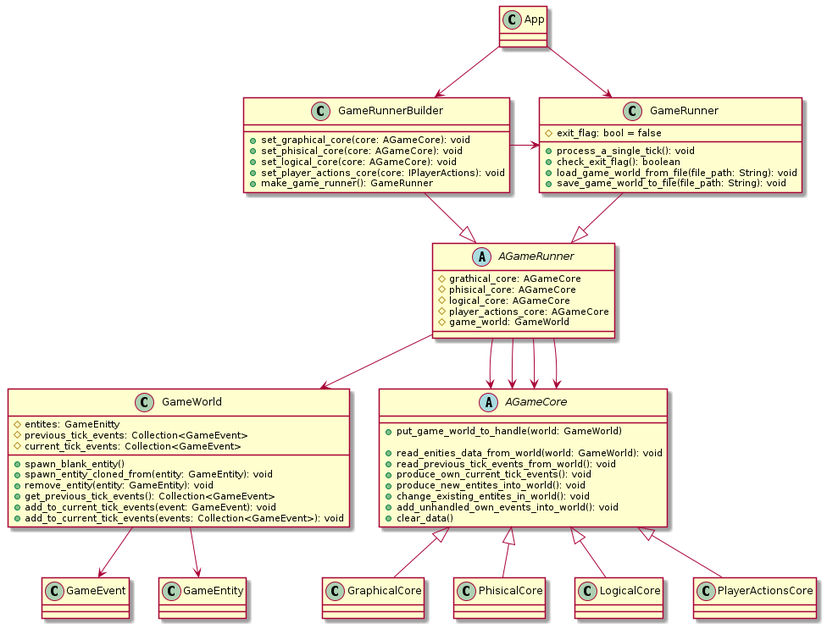
Above: documentation/uml_class_diagram.png in graphorismo/frosemfin-game-engine (PlantUML), before the change.
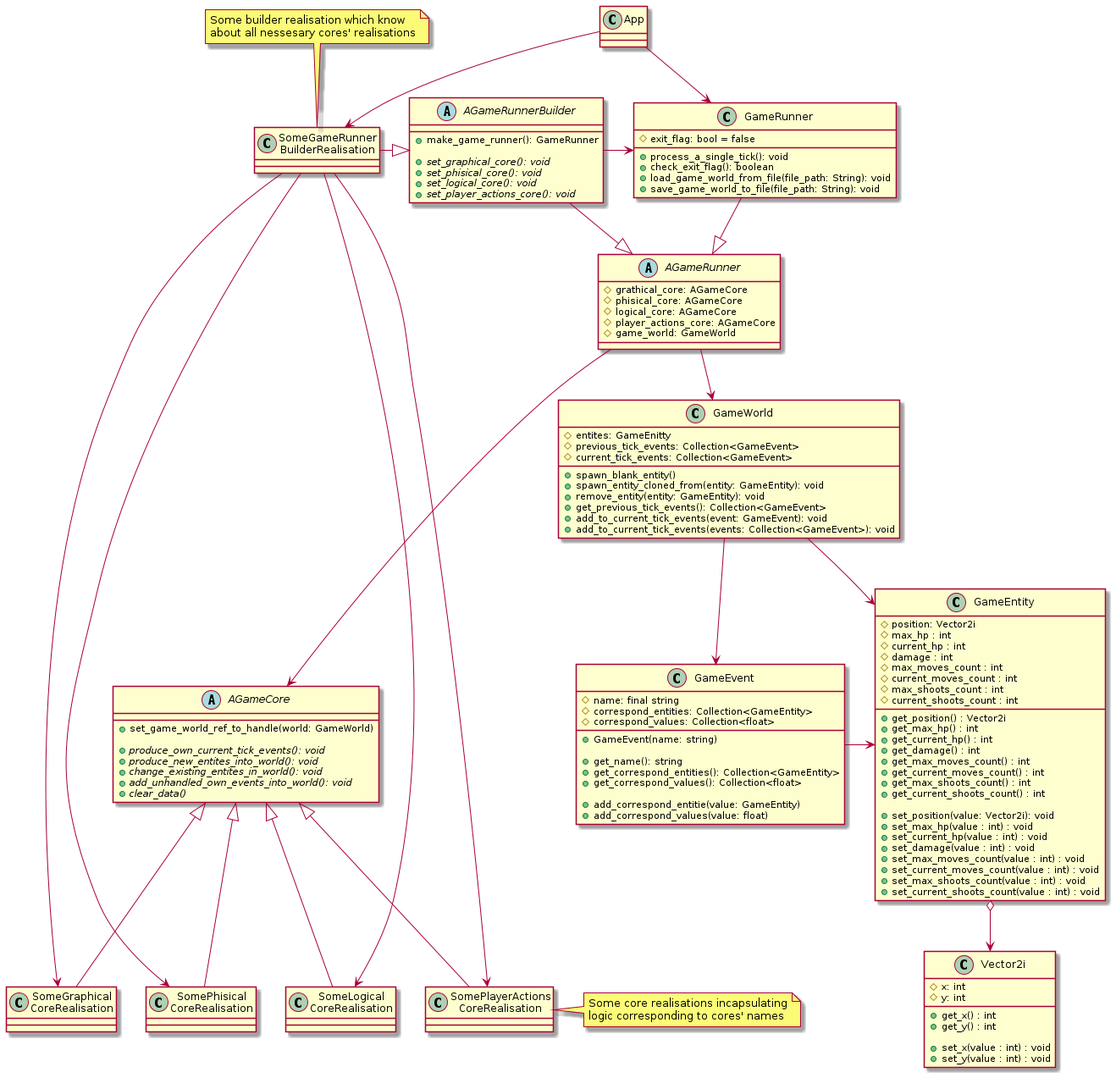
Above is the later version.

Commit message:
Architecture rework done.   1. I finished the planuml script for generating URL diagrams   2. Generated new diagram   3. Delete old diagram

Change to the diagram source:
```diff
@@ -4,7 +4,7 @@
 {
 
 }
-App --> GameRunnerBuilder
+App --> SomeGameRunner\nBuilderRealisation
 App --> GameRunner
 
 
@@ -18,20 +18,27 @@
 }
 AGameRunner --> GameWorld
 AGameRunner --> AGameCore
-AGameRunner --> AGameCore
-AGameRunner --> AGameCore
-AGameRunner --> AGameCore
 
-class GameRunnerBuilder
+
+abstract class AGameRunnerBuilder
 {
-  + set_graphical_core(core: AGameCore): void
-  + set_phisical_core(core: AGameCore): void
-  + set_logical_core(core: AGameCore): void
-  + set_player_actions_core(core: IPlayerActions): void
   + make_game_runner(): GameRunner
+
+  + {abstract} set_graphical_core(): void
+  + {abstract} set_phisical_core(): void
+  + {abstract} set_logical_core(): void
+  + {abstract} set_player_actions_core(): void
 }
-GameRunnerBuilder -> GameRunner
-GameRunnerBuilder --|> AGameRunner
+AGameRunnerBuilder -> GameRunner
+AGameRunnerBuilder --|> AGameRunner
+
+
+class SomeGameRunner\nBuilderRealisation
+SomeGameRunner\nBuilderRealisation -|> AGameRunnerBuilder
+SomeGameRunner\nBuilderRealisation -----> SomeGraphical\nCoreRealisation
+SomeGameRunner\nBuilderRealisation -----> SomePhisical\nCoreRealisation
+SomeGameRunner\nBuilderRealisation -----> SomeLogical\nCoreRealisation
+SomeGameRunner\nBuilderRealisation -----> SomePlayerActions\nCoreRealisation
 
 
 class GameRunner
@@ -64,20 +71,105 @@
 
 abstract class AGameCore
 {
-  + put_game_world_to_handle(world: GameWorld)
+  + set_game_world_ref_to_handle(world: GameWorld)
 
-  + read_enities_data_from_world(world: GameWorld): void
-  + read_previous_tick_events_from_world(): void
-  + produce_own_current_tick_events(): void
-  + produce_new_entites_into_world(): void
-  + change_existing_entites_in_world(): void
-  + add_unhandled_own_events_into_world(): void
-  + clear_data()
+  + {abstract} produce_own_current_tick_events(): void
+  + {abstract} produce_new_entites_into_world(): void
+  + {abstract} change_existing_entites_in_world(): void
+  + {abstract} add_unhandled_own_events_into_world(): void
+  + {abstract} clear_data()
 }
-AGameCore <|-- GraphicalCore
-AGameCore <|-- PhisicalCore
-AGameCore <|-- LogicalCore
-AGameCore <|-- PlayerActionsCore
+AGameCore <|-- SomeGraphical\nCoreRealisation
+AGameCore <|-- SomePhisical\nCoreRealisation
+AGameCore <|-- SomeLogical\nCoreRealisation
+AGameCore <|-- SomePlayerActions\nCoreRealisation
+
+
+class GameEvent
+{
+  # name: final string
+  # correspond_entities: Collection<GameEntity>
+  # correspond_values: Collection<float>
+
+  + GameEvent(name: string)
+
+  + get_name(): string
+  + get_correspond_entities(): Collection<GameEntity>
+  + get_correspond_values(): Collection<float>
+
+  + add_correspond_entitie(value: GameEntity)
+  + add_correspond_values(value: float)
+}
+GameEvent -> GameEntity
+
+
+class GameEntity
+{
+  # position: Vector2i
+  # max_hp : int
+  # current_hp : int
+  # damage : int
+  # max_moves_count : int
+  # current_moves_count : int
+  # max_shoots_count : int
+  # current_shoots_count : int
+
+  + get_position() : Vector2i
+  + get_max_hp() : int
+  + get_current_hp() : int
+  + get_damage() : int
+  + get_max_moves_count() : int
+  + get_current_moves_count() : int
+  + get_max_shoots_count() : int
+  + get_current_shoots_count() : int
+
+  + set_position(value: Vector2i): void
+  + set_max_hp(value : int) : void
+  + set_current_hp(value : int) : void
+  + set_damage(value : int) : void
+  + set_max_moves_count(value : int) : void
+  + set_current_moves_count(value : int) : void
+  + set_max_shoots_count(value : int) : void
+  + set_current_shoots_count(value : int) : void
+}
+GameEntity o--> Vector2i
+
+
+class SomeGraphical\nCoreRealisation
+SomeGraphical\nCoreRealisation -[hidden] SomePhisical\nCoreRealisation
+
+class SomePhisical\nCoreRealisation
+SomePhisical\nCoreRealisation -[hidden] SomeLogical\nCoreRealisation
+
+class SomeLogical\nCoreRealisation
+SomeLogical\nCoreRealisation -[hidden] SomePlayerActions\nCoreRealisation
+
+class SomePlayerActions\nCoreRealisation
+
+
+class Vector2i
+{
+  # x: int
+  # y: int
+
+  + get_x() : int
+  + get_y() : int
+
+  + set_x(value : int) : void
+  + set_y(value : int) : void
+}
+
+
+note top of SomeGameRunner\nBuilderRealisation
+  Some builder realisation which know
+  about all nessesary cores' realisations
+end note
+
+
+note right of SomePlayerActions\nCoreRealisation
+  Some core realisations incapsulating
+  logic corresponding to cores' names
+end note
 
 
 @enduml
```
